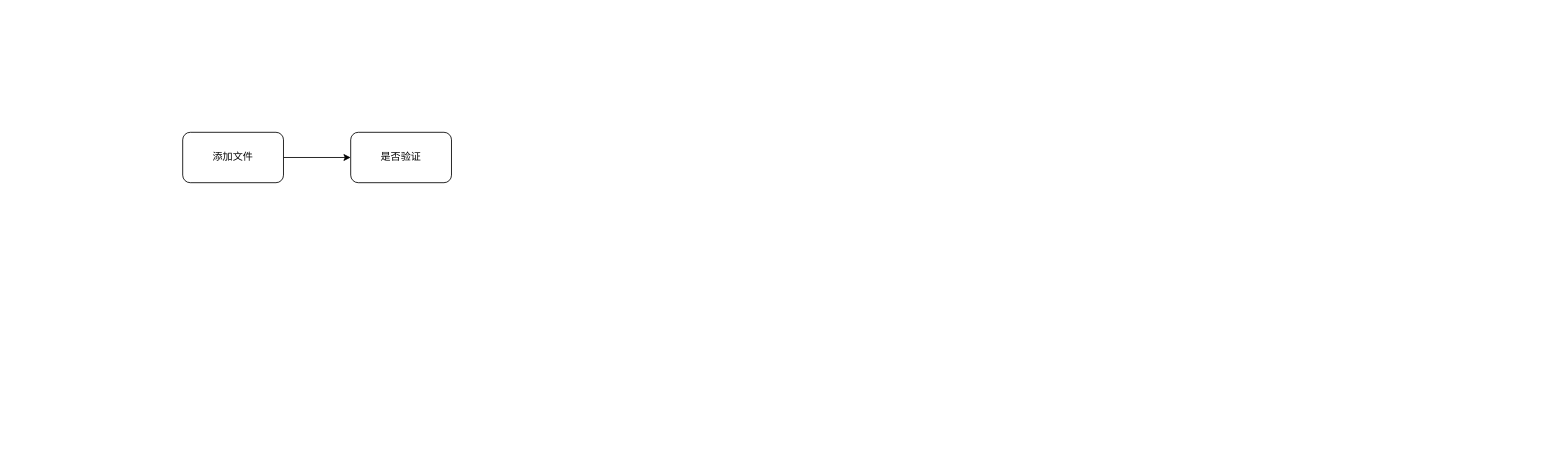
Above: 未命名绘图.drawio in ywenhao/assets (draw.io), before the change. Source tidied: cells renumbered, new cells numbered last; positions are measured from the earlier drawing's top-left corner, leaving out a move shared by most shapes. Both pictures are drawn from the tidied source at 84%, with x=0, y=0 at pixel (182, 132).
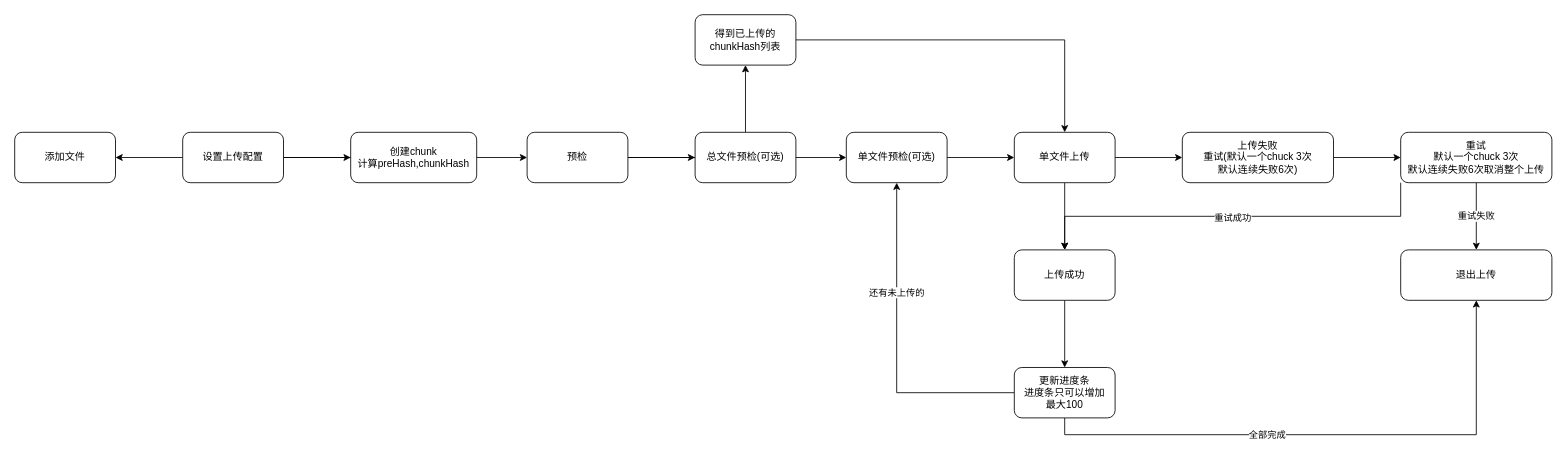
Above is the later version.

Commit message:
切片上传流程图.drawio

What changed in the source:
```diff
@@
+    <mxCell id="5" style="edgeStyle=orthogonalEdgeStyle;rounded=0;jettySize=auto;html=1;" parent="1" edge="1" source="3" target="9">
+      <mxGeometry relative="1" as="geometry" />
+    </mxCell>
+    <mxCell id="6" style="edgeStyle=orthogonalEdgeStyle;rounded=0;jettySize=auto;html=1;" parent="1" edge="1" source="3" target="31">
+      <mxGeometry relative="1" as="geometry" />
+    </mxCell>
-    <mxCell id="3" value="添加文件" style="rounded=1;whiteSpace=wrap;html=1;direction=west;" parent="1" vertex="1">
+    <mxCell id="3" value="设置上传配置" style="rounded=1;whiteSpace=wrap;html=1;direction=west;" parent="1" vertex="1">
       <mxGeometry width="120" height="60" as="geometry" />
     </mxCell>
-    <mxCell id="4" value="是否验证" style="rounded=1;whiteSpace=wrap;html=1;direction=west;" parent="1" vertex="1">
-      <mxGeometry x="200" width="120" height="60" as="geometry" />
+    <mxCell id="4" value="创建chunk&lt;br&gt;计算preHash,chunkHash" style="rounded=1;whiteSpace=wrap;html=1;direction=west;" parent="1" vertex="1">
+      <mxGeometry x="200" width="150" height="60" as="geometry" />
     </mxCell>
+    <mxCell id="7" style="edgeStyle=orthogonalEdgeStyle;rounded=0;jettySize=auto;html=1;" parent="1" edge="1" source="9" target="11">
+      <mxGeometry relative="1" as="geometry">
+        <Array as="points">
+          <mxPoint x="640" y="30" />
+          <mxPoint x="640" y="30" />
+        </Array>
+      </mxGeometry>
+    </mxCell>
+    <mxCell id="8" style="edgeStyle=orthogonalEdgeStyle;rounded=0;jettySize=auto;html=1;" parent="1" edge="1" source="9" target="13">
+      <mxGeometry relative="1" as="geometry" />
+    </mxCell>
+    <mxCell id="9" value="预检" style="rounded=1;whiteSpace=wrap;html=1;direction=west;" parent="1" vertex="1">
+      <mxGeometry x="410" width="120" height="60" as="geometry" />
+    </mxCell>
+    <mxCell id="10" style="edgeStyle=orthogonalEdgeStyle;rounded=0;jettySize=auto;html=1;" parent="1" edge="1" source="11" target="15">
+      <mxGeometry relative="1" as="geometry" />
+    </mxCell>
+    <mxCell id="11" value="总文件预检(可选)" style="rounded=1;whiteSpace=wrap;html=1;direction=west;" parent="1" vertex="1">
+      <mxGeometry x="610" width="120" height="60" as="geometry" />
+    </mxCell>
+    <mxCell id="12" style="edgeStyle=orthogonalEdgeStyle;rounded=0;jettySize=auto;html=1;" parent="1" edge="1" source="13" target="18">
+      <mxGeometry relative="1" as="geometry" />
+    </mxCell>
+    <mxCell id="13" value="单文件预检(可选)" style="rounded=1;whiteSpace=wrap;html=1;direction=west;" parent="1" vertex="1">
+      <mxGeometry x="790" width="120" height="60" as="geometry" />
+    </mxCell>
+    <mxCell id="14" style="edgeStyle=orthogonalEdgeStyle;rounded=0;jettySize=auto;html=1;exitX=0;exitY=0.5;exitDx=0;exitDy=0;entryX=0.5;entryY=1;entryDx=0;entryDy=0;" parent="1" edge="1" source="15" target="18">
+      <mxGeometry relative="1" as="geometry" />
+    </mxCell>
+    <mxCell id="15" value="得到已上传的chunkHash列表" style="rounded=1;whiteSpace=wrap;html=1;direction=west;" parent="1" vertex="1">
+      <mxGeometry x="610" y="-140" width="120" height="60" as="geometry" />
+    </mxCell>
+    <mxCell id="16" style="edgeStyle=orthogonalEdgeStyle;rounded=0;jettySize=auto;html=1;" parent="1" edge="1" source="18" target="20">
+      <mxGeometry relative="1" as="geometry" />
+    </mxCell>
+    <mxCell id="17" style="edgeStyle=orthogonalEdgeStyle;rounded=0;jettySize=auto;html=1;" parent="1" edge="1" source="18" target="26">
+      <mxGeometry relative="1" as="geometry" />
+    </mxCell>
+    <mxCell id="18" value="单文件上传" style="rounded=1;whiteSpace=wrap;html=1;direction=west;" parent="1" vertex="1">
+      <mxGeometry x="990" width="120" height="60" as="geometry" />
+    </mxCell>
+    <mxCell id="19" style="edgeStyle=orthogonalEdgeStyle;rounded=0;jettySize=auto;html=1;" parent="1" edge="1" source="20" target="24">
+      <mxGeometry relative="1" as="geometry" />
+    </mxCell>
+    <mxCell id="20" value="上传失败&lt;br&gt;重试(默认一个chuck 3次&lt;br&gt;默认连续失败6次)" style="rounded=1;whiteSpace=wrap;html=1;direction=west;" parent="1" vertex="1">
+      <mxGeometry x="1190" width="180" height="60" as="geometry" />
+    </mxCell>
+    <mxCell id="21" value="重试失败" style="edgeStyle=orthogonalEdgeStyle;rounded=0;jettySize=auto;html=1;" parent="1" edge="1" source="24" target="27">
+      <mxGeometry relative="1" as="geometry" />
+    </mxCell>
+    <mxCell id="22" style="edgeStyle=orthogonalEdgeStyle;rounded=0;jettySize=auto;html=1;exitX=1;exitY=0;exitDx=0;exitDy=0;" parent="1" edge="1" source="24" target="26">
+      <mxGeometry relative="1" as="geometry" />
+    </mxCell>
+    <mxCell id="23" value="重试成功" style="edgeLabel;html=1;align=center;verticalAlign=middle;" parent="22" vertex="1">
+      <mxGeometry x="-0.05" y="1" relative="1" as="geometry">
+        <mxPoint x="-13" as="offset" />
+      </mxGeometry>
+    </mxCell>
+    <mxCell id="24" value="重试&lt;br&gt;默认一个chuck 3次&lt;br&gt;默认连续失败6次取消整个上传" style="rounded=1;whiteSpace=wrap;html=1;direction=west;" parent="1" vertex="1">
+      <mxGeometry x="1450" width="180" height="60" as="geometry" />
+    </mxCell>
+    <mxCell id="25" style="edgeStyle=orthogonalEdgeStyle;rounded=0;jettySize=auto;html=1;" parent="1" edge="1" source="26" target="30">
+      <mxGeometry relative="1" as="geometry" />
+    </mxCell>
+    <mxCell id="26" value="上传成功" style="rounded=1;whiteSpace=wrap;html=1;direction=west;" parent="1" vertex="1">
+      <mxGeometry x="990" y="140" width="120" height="60" as="geometry" />
+    </mxCell>
+    <mxCell id="27" value="退出上传" style="rounded=1;whiteSpace=wrap;html=1;direction=west;" parent="1" vertex="1">
+      <mxGeometry x="1450" y="140" width="180" height="60" as="geometry" />
+    </mxCell>
+    <mxCell id="28" value="全部完成" style="edgeStyle=orthogonalEdgeStyle;rounded=0;jettySize=auto;html=1;exitX=0.5;exitY=0;exitDx=0;exitDy=0;entryX=0.5;entryY=0;entryDx=0;entryDy=0;" parent="1" edge="1" source="30" target="27">
+      <mxGeometry x="-0.22" relative="1" as="geometry" />
+    </mxCell>
+    <mxCell id="29" value="还有未上传的" style="edgeStyle=orthogonalEdgeStyle;rounded=0;jettySize=auto;html=1;exitX=1;exitY=0.5;exitDx=0;exitDy=0;entryX=0.5;entryY=0;entryDx=0;entryDy=0;" parent="1" edge="1" source="30" target="13">
+      <mxGeometry x="0.33" relative="1" as="geometry" />
+    </mxCell>
+    <mxCell id="30" value="更新进度条&lt;br&gt;进度条只可以增加&lt;br&gt;最大100" style="rounded=1;whiteSpace=wrap;html=1;direction=west;" parent="1" vertex="1">
+      <mxGeometry x="990" y="280" width="120" height="60" as="geometry" />
+    </mxCell>
+    <mxCell id="31" value="添加文件" style="rounded=1;whiteSpace=wrap;html=1;direction=west;" parent="1" vertex="1">
+      <mxGeometry x="-200" width="120" height="60" as="geometry" />
+    </mxCell>
```
